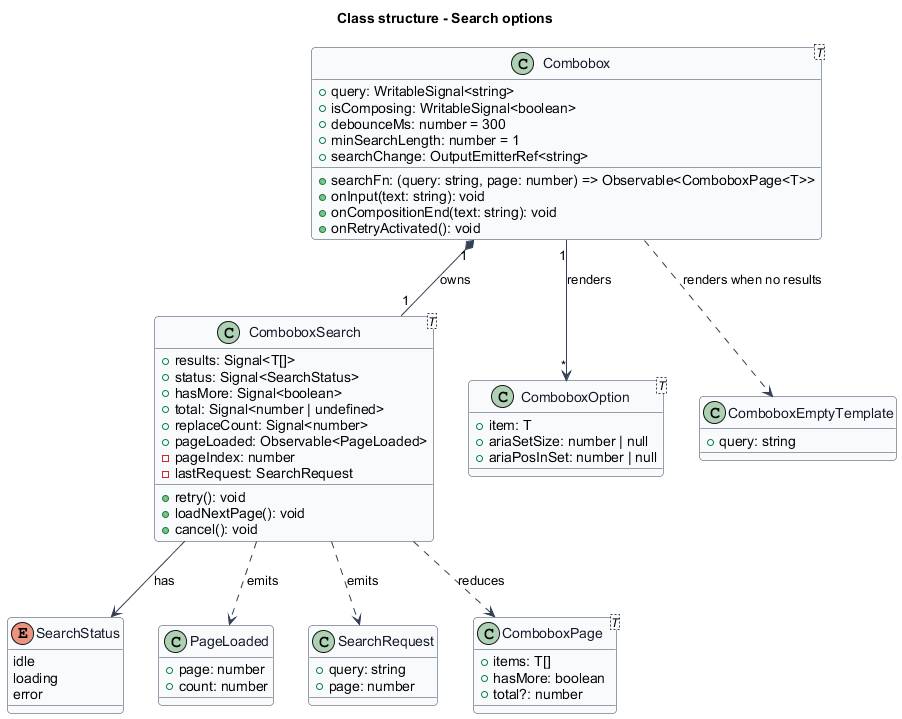
Earlier version of the PlantUML export docs/detailed-designs/combobox/search-options/diagrams/class-structure.png (QuinntyneBrown/Tessera).
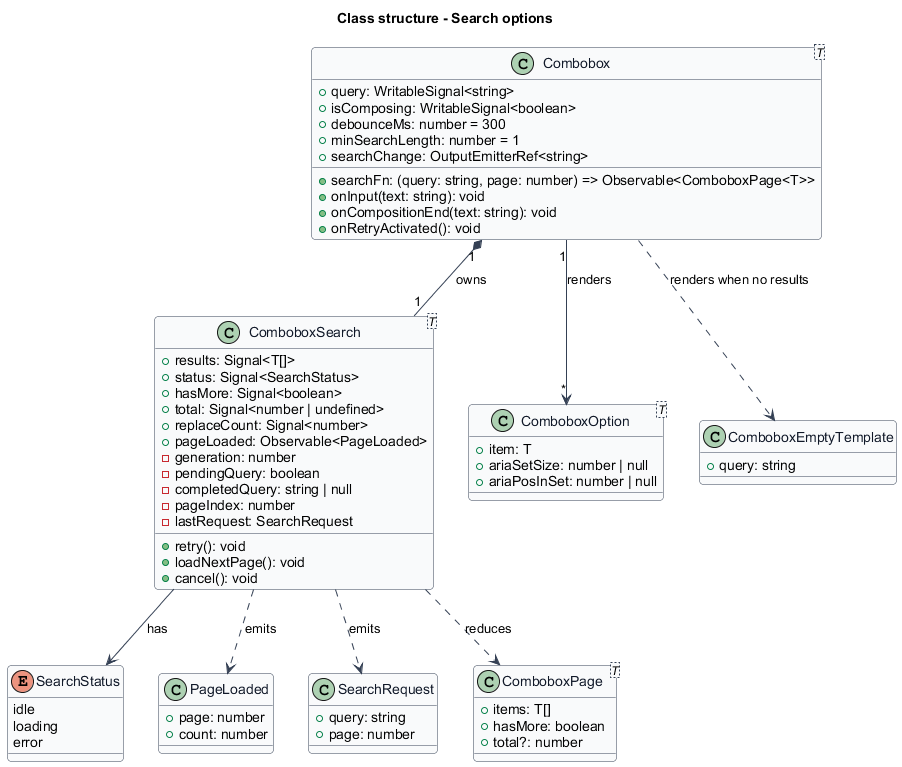
After the commit.

Diff of the diagram source:
```diff
@@ -36,6 +36,9 @@
   +total: Signal<number | undefined>
   +replaceCount: Signal<number>
   +pageLoaded: Observable<PageLoaded>
+  -generation: number
+  -pendingQuery: boolean
+  -completedQuery: string | null
   -pageIndex: number
   -lastRequest: SearchRequest
   +retry(): void
```
